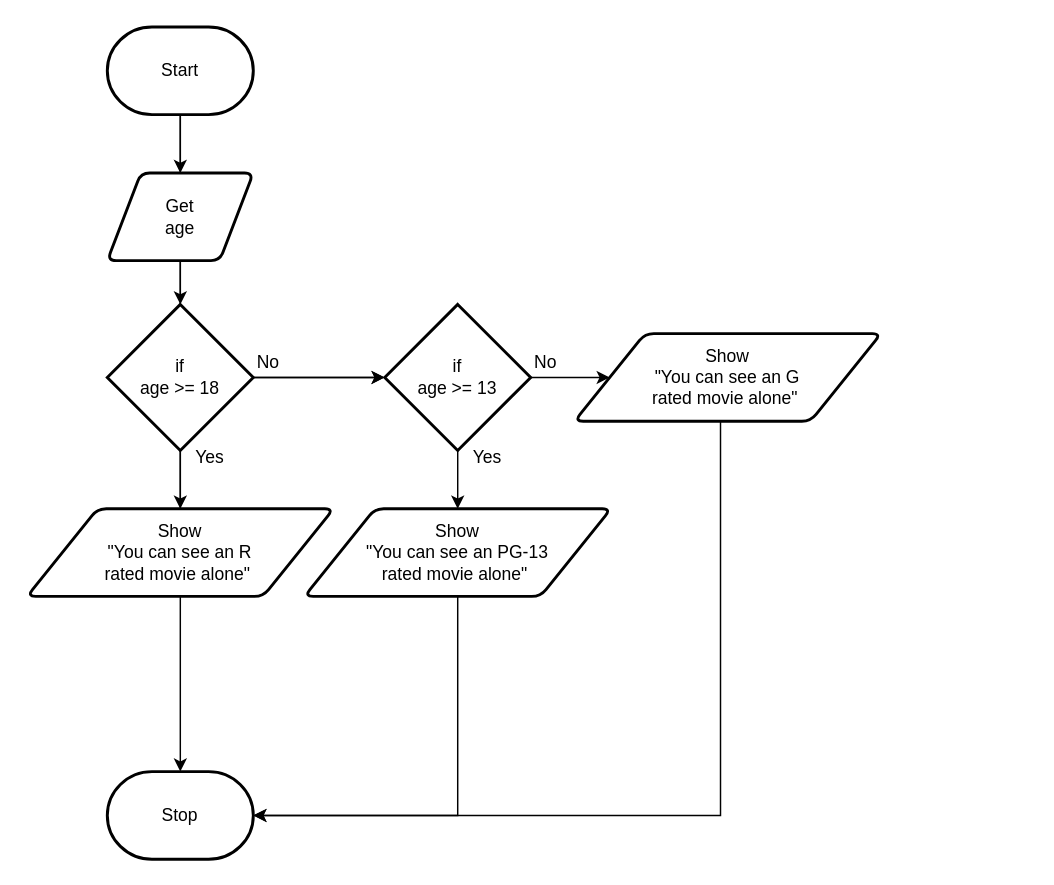
MTHS-ICD2O-1-2023/ICD2O-Unit-5-03-giordan-zeina keeps this draw.io diagram as design/flowchart.drawio. Above is the earlier version. Source tidied: cells renumbered, new cells numbered last; positions are measured from the earlier drawing's top-left corner, leaving out a move shared by most shapes. Both pictures are drawn from the tidied source at 146%, with x=0, y=0 at pixel (26, 26).
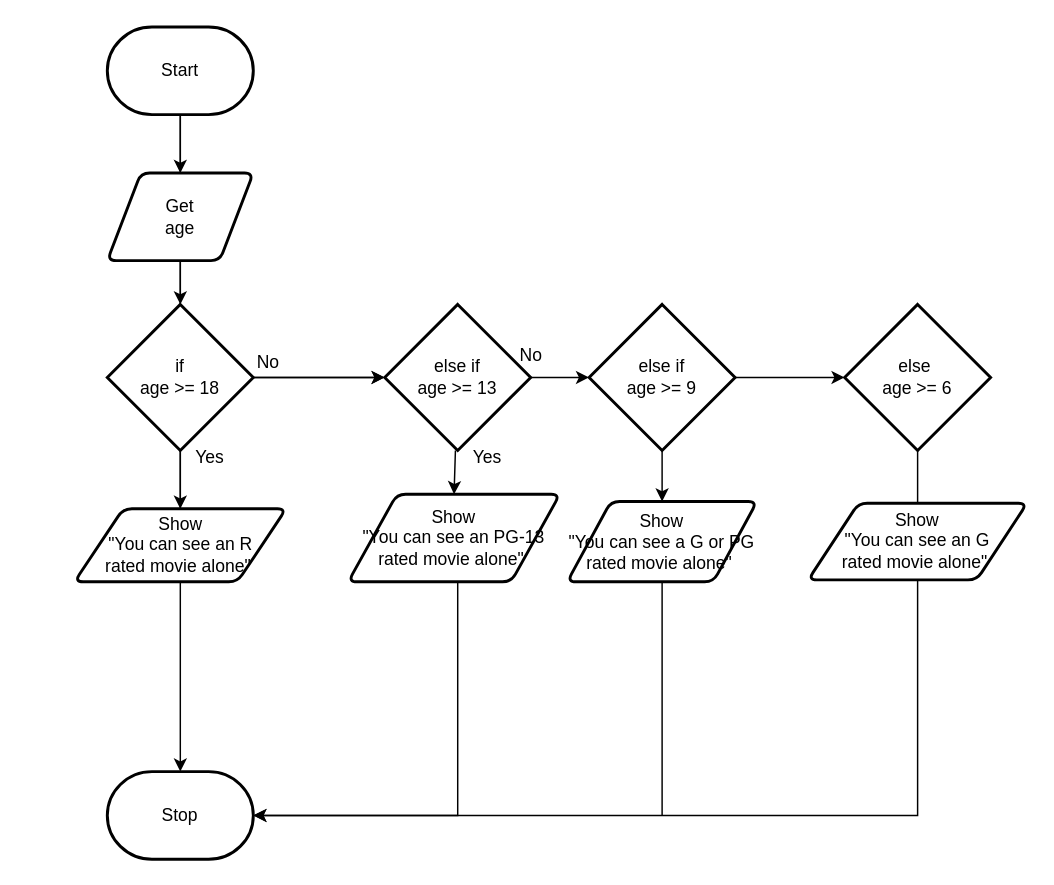
Above is the later version.

Unchanged cells that the change refers to:
```xml
<mxCell id="5" value="Stop" style="strokeWidth=2;html=1;shape=mxgraph.flowchart.terminator;whiteSpace=wrap;" parent="1" vertex="1">
  <mxGeometry x="55" y="510" width="100" height="60" as="geometry" />
</mxCell>
```

What changed in the source:
```diff
@@
     <mxCell id="15" value="Show&lt;br&gt;&quot;You can see an R &lt;br&gt;rated movie alone&quot;&amp;nbsp;" style="shape=parallelogram;html=1;strokeWidth=2;perimeter=parallelogramPerimeter;whiteSpace=wrap;rounded=1;arcSize=12;size=0.23;" parent="1" vertex="1">
-      <mxGeometry y="330" width="210" height="60" as="geometry" />
+      <mxGeometry x="32.5" y="330" width="145" height="50" as="geometry" />
     </mxCell>
@@
     <mxCell id="17" value="Show&lt;br&gt;&quot;You can see an PG-13&lt;br&gt;rated movie alone&quot;&amp;nbsp;" style="shape=parallelogram;html=1;strokeWidth=2;perimeter=parallelogramPerimeter;whiteSpace=wrap;rounded=1;arcSize=12;size=0.23;" parent="1" vertex="1">
-      <mxGeometry x="190" y="330" width="210" height="60" as="geometry" />
+      <mxGeometry x="220" y="320" width="145" height="60" as="geometry" />
     </mxCell>
@@
-    <mxCell id="19" style="edgeStyle=none;html=1;" parent="1" edge="1" source="20" target="22">
-      <mxGeometry relative="1" as="geometry" />
-    </mxCell>
+    <mxCell id="27" style="edgeStyle=none;html=1;entryX=0;entryY=0.5;entryDx=0;entryDy=0;entryPerimeter=0;" parent="1" edge="1" source="20" target="30">
+      <mxGeometry relative="1" as="geometry" />
+    </mxCell>
-    <mxCell id="20" value="if&lt;br&gt;age &amp;gt;= 13" style="strokeWidth=2;html=1;shape=mxgraph.flowchart.decision;whiteSpace=wrap;" parent="1" vertex="1">
+    <mxCell id="20" value="else if&lt;br&gt;age &amp;gt;= 13" style="strokeWidth=2;html=1;shape=mxgraph.flowchart.decision;whiteSpace=wrap;" parent="1" vertex="1">
       <mxGeometry x="245" y="190" width="100" height="100" as="geometry" />
     </mxCell>
-    <mxCell id="21" style="edgeStyle=elbowEdgeStyle;rounded=0;html=1;exitX=0.5;exitY=1;exitDx=0;exitDy=0;entryX=1;entryY=0.5;entryDx=0;entryDy=0;entryPerimeter=0;" parent="1" edge="1" source="22" target="5">
+    <mxCell id="21" style="edgeStyle=elbowEdgeStyle;rounded=0;html=1;exitX=0.5;exitY=1;exitDx=0;exitDy=0;entryX=1;entryY=0.5;entryDx=0;entryDy=0;entryPerimeter=0;" parent="1" edge="1" target="5">
       <mxGeometry relative="1" as="geometry">
+        <mxPoint x="620" y="270" as="sourcePoint" />
         <Array as="points">
-          <mxPoint x="475" y="400" />
+          <mxPoint x="610" y="530" />
         </Array>
       </mxGeometry>
     </mxCell>
     <mxCell id="22" value="Show&lt;br&gt;&quot;You can see an G&lt;br&gt;rated movie alone&quot;&amp;nbsp;" style="shape=parallelogram;html=1;strokeWidth=2;perimeter=parallelogramPerimeter;whiteSpace=wrap;rounded=1;arcSize=12;size=0.23;" parent="1" vertex="1">
-      <mxGeometry x="375" y="210" width="210" height="60" as="geometry" />
+      <mxGeometry x="535" y="326.2" width="150" height="52.5" as="geometry" />
     </mxCell>
@@
     <mxCell id="24" value="No" style="text;html=1;align=center;verticalAlign=middle;strokeColor=none;fillColor=none;" parent="1" vertex="1">
-      <mxGeometry x="335" y="215" width="40" height="30" as="geometry" />
+      <mxGeometry x="325" y="210" width="40" height="30" as="geometry" />
     </mxCell>
@@
+    <mxCell id="28" style="edgeStyle=none;html=1;" parent="1" edge="1" source="30" target="32">
+      <mxGeometry relative="1" as="geometry" />
+    </mxCell>
+    <mxCell id="29" style="edgeStyle=none;html=1;endArrow=classic;endFill=1;" parent="1" edge="1" source="30" target="34">
+      <mxGeometry relative="1" as="geometry" />
+    </mxCell>
+    <mxCell id="30" value="else if&lt;br&gt;age &amp;gt;= 9" style="strokeWidth=2;html=1;shape=mxgraph.flowchart.decision;whiteSpace=wrap;" parent="1" vertex="1">
+      <mxGeometry x="385" y="190" width="100" height="100" as="geometry" />
+    </mxCell>
+    <mxCell id="31" style="edgeStyle=none;html=1;endArrow=none;endFill=0;" parent="1" edge="1" source="32">
+      <mxGeometry relative="1" as="geometry">
+        <mxPoint x="435" y="540" as="targetPoint" />
+      </mxGeometry>
+    </mxCell>
+    <mxCell id="32" value="Show&lt;br&gt;&quot;You can see a G or PG&lt;br&gt;rated movie alone&quot;&amp;nbsp;" style="shape=parallelogram;html=1;strokeWidth=2;perimeter=parallelogramPerimeter;whiteSpace=wrap;rounded=1;arcSize=12;size=0.23;" parent="1" vertex="1">
+      <mxGeometry x="370" y="325" width="130" height="55" as="geometry" />
+    </mxCell>
+    <mxCell id="33" style="edgeStyle=none;html=1;endArrow=none;endFill=0;" parent="1" edge="1" source="34">
+      <mxGeometry relative="1" as="geometry">
+        <mxPoint x="560" y="240" as="targetPoint" />
+      </mxGeometry>
+    </mxCell>
+    <mxCell id="34" value="else&amp;nbsp;&lt;br&gt;age &amp;gt;= 6" style="strokeWidth=2;html=1;shape=mxgraph.flowchart.decision;whiteSpace=wrap;" parent="1" vertex="1">
+      <mxGeometry x="560" y="190" width="100" height="100" as="geometry" />
+    </mxCell>
```
